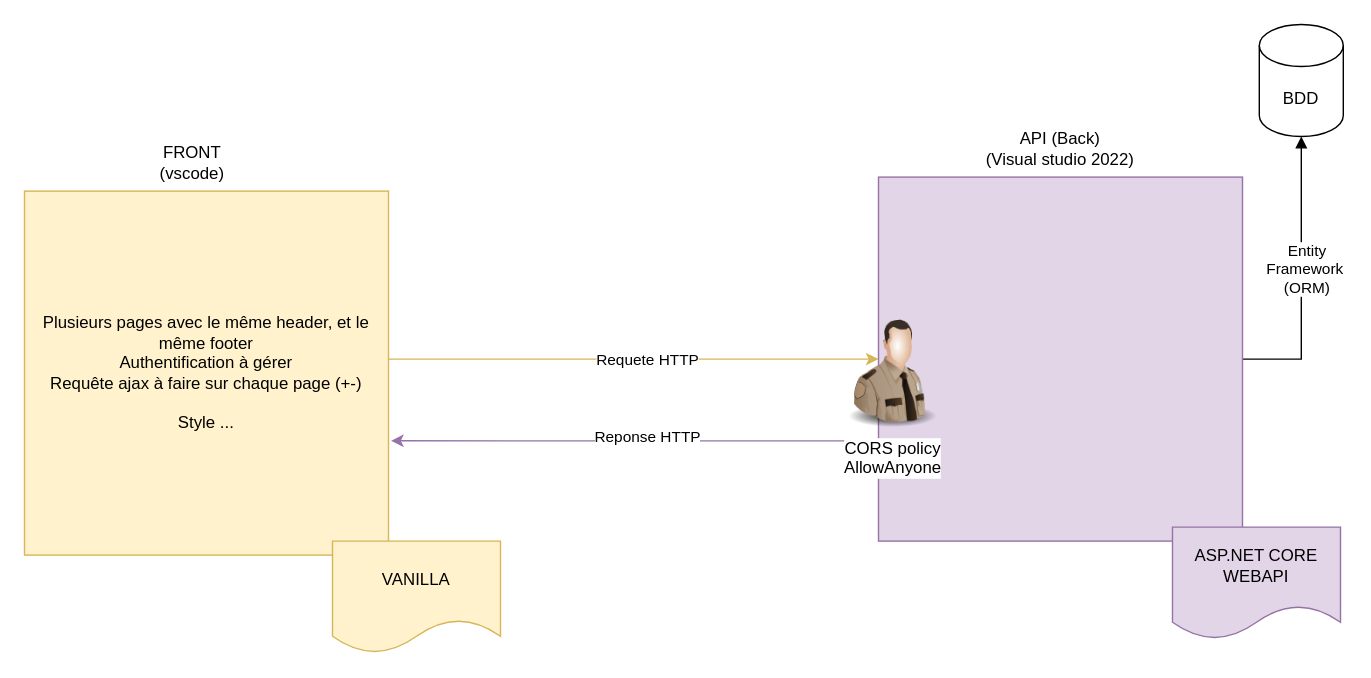
The draw.io diagram doc/OrgaAppli.drawio in ThomasBDC/FrontApi2023, before the edit. Source tidied: cells renumbered, new cells numbered last; positions are measured from the earlier drawing's top-left corner, leaving out a move shared by most shapes. Both pictures are drawn from the tidied source at 140%, with x=0, y=0 at pixel (24, 24).
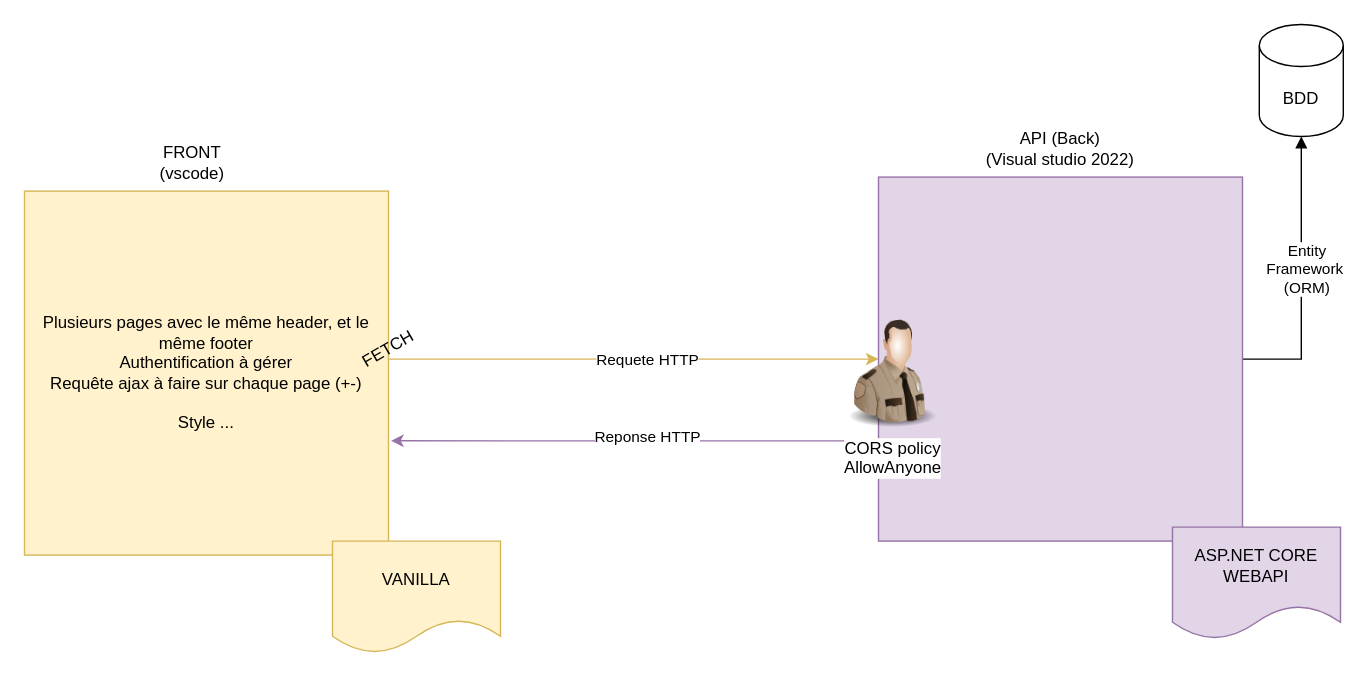
The same page after the edit.

The edit, as a diff of the source:
```diff
@@
+    <mxCell id="16" value="FETCH" style="text;html=1;strokeColor=none;fillColor=none;align=center;verticalAlign=middle;whiteSpace=wrap;rounded=0;rotation=-30;" parent="1" vertex="1">
+      <mxGeometry x="240" y="222" width="40" height="20" as="geometry" />
+    </mxCell>
```
